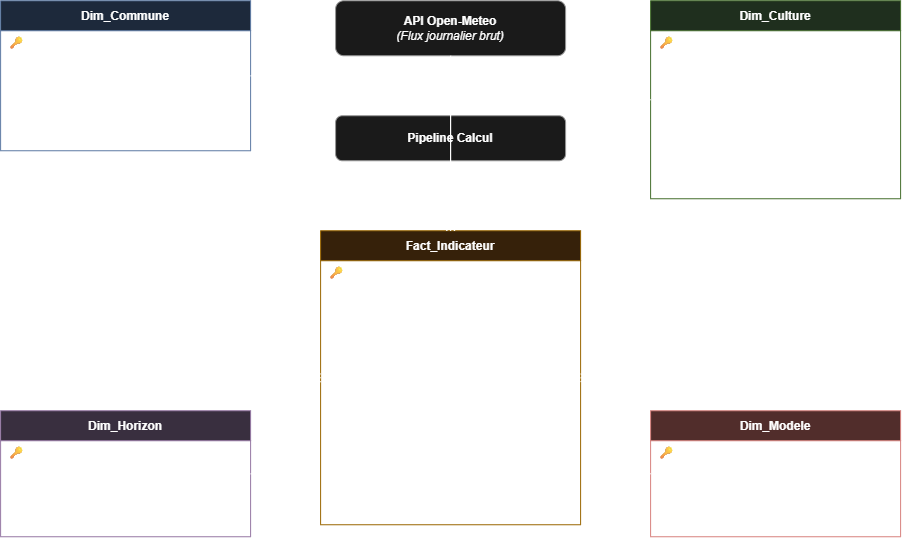
D4rkuuu/SAE_301 keeps this draw.io diagram as doc/schema_etoile.png. Above is the earlier version. Source tidied: cells renumbered, new cells last; positions are measured from the earlier drawing's top-left corner, leaving out a move shared by most shapes.
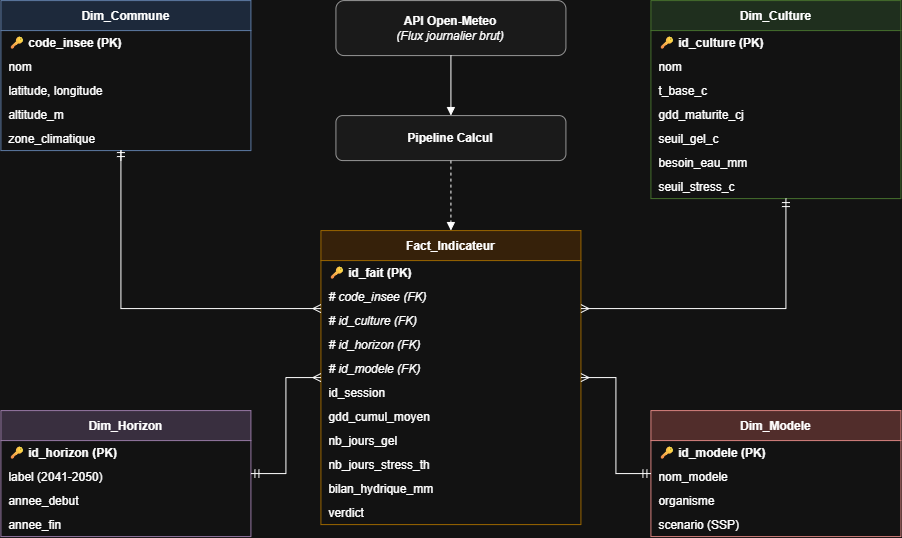
Later version of the same file.

Commit message:
Changement du schéma étoile.

Change to the diagram source:
```diff
@@ -122,17 +122,28 @@
     <mxCell id="41" style="endArrow=block;html=1;dashed=1;" parent="1" edge="1" source="39" target="16">
       <mxGeometry relative="1" as="geometry" />
     </mxCell>
-    <mxCell id="42" style="edgeStyle=orthogonalEdgeStyle;rounded=0;html=1;startArrow=ERmandOne;endArrow=ERmany;startFill=0;endFill=0;" parent="1" edge="1" source="2" target="16">
-      <mxGeometry relative="1" as="geometry" />
+    <mxCell id="42" style="edgeStyle=orthogonalEdgeStyle;rounded=0;html=1;startArrow=ERmandOne;endArrow=ERmany;startFill=0;endFill=0;entryX=0;entryY=0;entryDx=0;entryDy=0;" parent="1" edge="1" target="19">
+      <mxGeometry x="0.13" relative="1" as="geometry">
+        <mxPoint x="120" y="160" as="sourcePoint" />
+        <Array as="points">
+          <mxPoint x="120" y="150" />
+          <mxPoint x="120" y="308" />
+        </Array>
+      </mxGeometry>
     </mxCell>
-    <mxCell id="43" style="edgeStyle=orthogonalEdgeStyle;rounded=0;html=1;startArrow=ERmandOne;endArrow=ERmany;startFill=0;endFill=0;" parent="1" edge="1" source="8" target="16">
-      <mxGeometry relative="1" as="geometry" />
-    </mxCell>
     <mxCell id="44" style="edgeStyle=orthogonalEdgeStyle;rounded=0;html=1;startArrow=ERmandOne;endArrow=ERmany;startFill=0;endFill=0;" parent="1" edge="1" source="28" target="16">
       <mxGeometry relative="1" as="geometry" />
     </mxCell>
     <mxCell id="45" style="edgeStyle=orthogonalEdgeStyle;rounded=0;html=1;startArrow=ERmandOne;endArrow=ERmany;startFill=0;endFill=0;" parent="1" edge="1" source="33" target="16">
       <mxGeometry relative="1" as="geometry" />
     </mxCell>
+    <mxCell id="46" style="edgeStyle=orthogonalEdgeStyle;rounded=0;html=1;startArrow=ERmandOne;endArrow=ERmany;startFill=0;endFill=0;exitX=0.5;exitY=1;exitDx=0;exitDy=0;entryX=1;entryY=1;entryDx=0;entryDy=0;" parent="1" edge="1" target="18">
+      <mxGeometry x="-0.21" relative="1" as="geometry">
+        <mxPoint x="785" y="198" as="sourcePoint" />
+        <Array as="points">
+          <mxPoint x="785" y="308" />
+        </Array>
+      </mxGeometry>
+    </mxCell>
   </root>
 </mxGraphModel>
```
